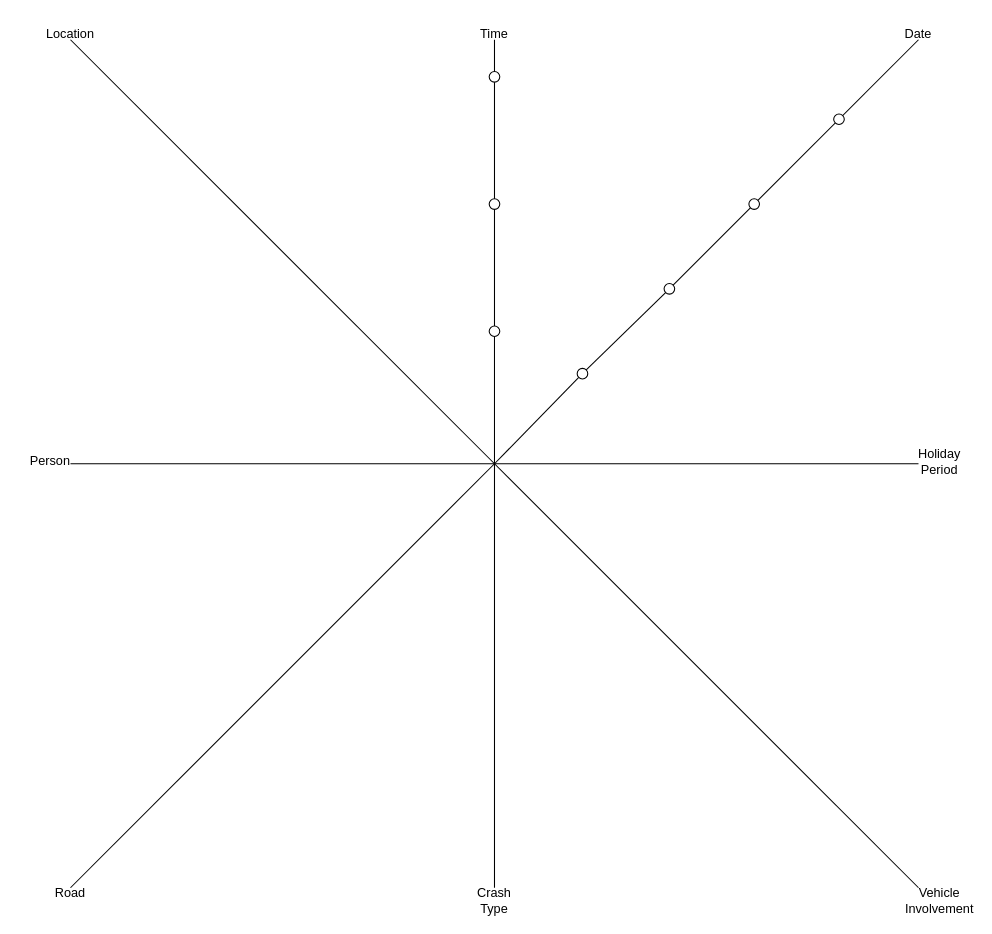
NekoTRSH/Drawing keeps this draw.io diagram as Starnet Diagram 2.drawio. Above is the earlier version. Source tidied: cells renumbered, new cells numbered last; positions are measured from the earlier drawing's top-left corner, leaving out a move shared by most shapes. Both pictures are drawn from the tidied source at 106%, with x=0, y=0 at pixel (18, 18).
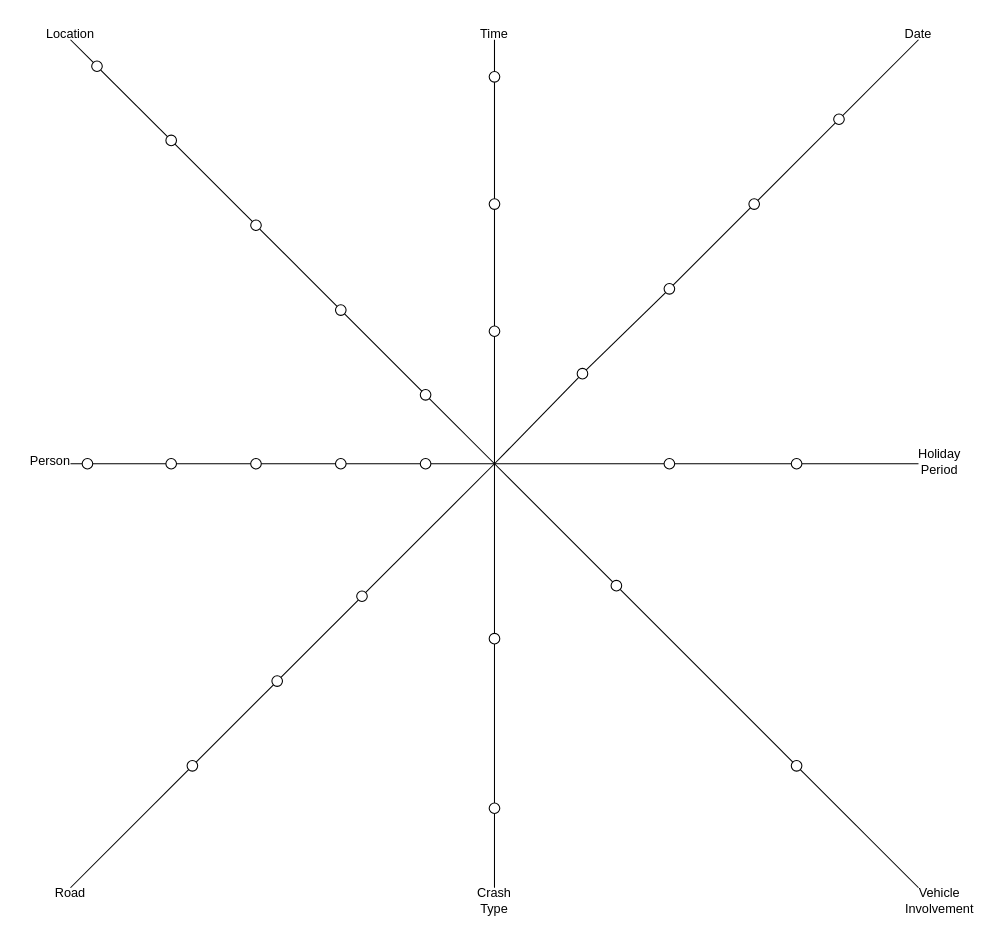
The same page after the edit.

Diff of the diagram source:
```diff
@@
-    <mxCell id="3" style="endArrow=none;html=1;rounded=0;" parent="1" edge="1">
+    <mxCell id="3" style="endArrow=none;html=1;rounded=0;" parent="1" edge="1" source="37">
       <mxGeometry relative="1" as="geometry">
-        <mxPoint x="449" y="820" as="sourcePoint" />
         <mxPoint x="449" y="420" as="targetPoint" />
       </mxGeometry>
     </mxCell>
-    <mxCell id="4" style="endArrow=none;html=1;rounded=0;" parent="1" edge="1">
+    <mxCell id="4" style="endArrow=none;html=1;rounded=0;" parent="1" edge="1" source="29">
       <mxGeometry relative="1" as="geometry">
-        <mxPoint x="849" y="420" as="sourcePoint" />
         <mxPoint x="449" y="420" as="targetPoint" />
       </mxGeometry>
     </mxCell>
@@
-    <mxCell id="6" style="endArrow=none;html=1;rounded=0;" parent="1" edge="1">
+    <mxCell id="6" style="endArrow=none;html=1;rounded=0;" parent="1" edge="1" source="45">
       <mxGeometry relative="1" as="geometry">
-        <mxPoint x="449" y="420" as="sourcePoint" />
         <mxPoint x="49" y="820" as="targetPoint" />
       </mxGeometry>
     </mxCell>
@@
-    <mxCell id="8" style="endArrow=none;html=1;rounded=0;" parent="1" edge="1">
+    <mxCell id="8" style="endArrow=none;html=1;rounded=0;" parent="1" edge="1" source="33">
       <mxGeometry relative="1" as="geometry">
-        <mxPoint x="849" y="820" as="sourcePoint" />
         <mxPoint x="449" y="420" as="targetPoint" />
       </mxGeometry>
     </mxCell>
-    <mxCell id="9" style="endArrow=none;html=1;rounded=0;" parent="1" edge="1">
+    <mxCell id="9" style="endArrow=none;html=1;rounded=0;" parent="1" edge="1" source="56">
       <mxGeometry relative="1" as="geometry">
-        <mxPoint x="449" y="420" as="sourcePoint" />
         <mxPoint x="49" y="20" as="targetPoint" />
       </mxGeometry>
     </mxCell>
@@
+    <mxCell id="28" style="endArrow=none;html=1;rounded=0;" parent="1" edge="1" source="31" target="29">
+      <mxGeometry relative="1" as="geometry" />
+    </mxCell>
+    <mxCell id="29" style="ellipse;whiteSpace=wrap;html=1;" parent="1" vertex="1">
+      <mxGeometry x="609" y="415" width="10" height="10" as="geometry" />
+    </mxCell>
+    <mxCell id="30" style="endArrow=none;html=1;rounded=0;" parent="1" edge="1" target="31">
+      <mxGeometry relative="1" as="geometry">
+        <mxPoint x="849" y="420" as="sourcePoint" />
+      </mxGeometry>
+    </mxCell>
+    <mxCell id="31" style="ellipse;whiteSpace=wrap;html=1;" parent="1" vertex="1">
+      <mxGeometry x="729" y="415" width="10" height="10" as="geometry" />
+    </mxCell>
+    <mxCell id="32" style="endArrow=none;html=1;rounded=0;" parent="1" edge="1" source="35" target="33">
+      <mxGeometry relative="1" as="geometry" />
+    </mxCell>
+    <mxCell id="33" style="ellipse;whiteSpace=wrap;html=1;" parent="1" vertex="1">
+      <mxGeometry x="559" y="530" width="10" height="10" as="geometry" />
+    </mxCell>
+    <mxCell id="34" style="endArrow=none;html=1;rounded=0;" parent="1" edge="1" target="35">
+      <mxGeometry relative="1" as="geometry">
+        <mxPoint x="849" y="820" as="sourcePoint" />
+      </mxGeometry>
+    </mxCell>
+    <mxCell id="35" style="ellipse;whiteSpace=wrap;html=1;" parent="1" vertex="1">
+      <mxGeometry x="729" y="700" width="10" height="10" as="geometry" />
+    </mxCell>
+    <mxCell id="36" style="endArrow=none;html=1;rounded=0;" parent="1" edge="1" source="39" target="37">
+      <mxGeometry relative="1" as="geometry" />
+    </mxCell>
+    <mxCell id="37" style="ellipse;whiteSpace=wrap;html=1;" parent="1" vertex="1">
+      <mxGeometry x="444" y="580" width="10" height="10" as="geometry" />
+    </mxCell>
+    <mxCell id="38" style="endArrow=none;html=1;rounded=0;" parent="1" edge="1" target="39">
+      <mxGeometry relative="1" as="geometry">
+        <mxPoint x="449" y="820" as="sourcePoint" />
+      </mxGeometry>
+    </mxCell>
+    <mxCell id="39" style="ellipse;whiteSpace=wrap;html=1;" parent="1" vertex="1">
+      <mxGeometry x="444" y="740" width="10" height="10" as="geometry" />
+    </mxCell>
+    <mxCell id="40" style="endArrow=none;html=1;rounded=0;" parent="1" edge="1" target="41">
+      <mxGeometry relative="1" as="geometry">
+        <mxPoint x="449" y="420" as="sourcePoint" />
+      </mxGeometry>
+    </mxCell>
+    <mxCell id="41" style="ellipse;whiteSpace=wrap;html=1;" parent="1" vertex="1">
+      <mxGeometry x="319" y="540" width="10" height="10" as="geometry" />
+    </mxCell>
+    <mxCell id="42" style="endArrow=none;html=1;rounded=0;" parent="1" edge="1" source="41" target="43">
+      <mxGeometry relative="1" as="geometry" />
+    </mxCell>
+    <mxCell id="43" style="ellipse;whiteSpace=wrap;html=1;" parent="1" vertex="1">
+      <mxGeometry x="239" y="620" width="10" height="10" as="geometry" />
+    </mxCell>
+    <mxCell id="44" style="endArrow=none;html=1;rounded=0;" parent="1" edge="1" source="43" target="45">
+      <mxGeometry relative="1" as="geometry" />
+    </mxCell>
+    <mxCell id="45" style="ellipse;whiteSpace=wrap;html=1;" parent="1" vertex="1">
+      <mxGeometry x="159" y="700" width="10" height="10" as="geometry" />
+    </mxCell>
+    <mxCell id="46" style="ellipse;whiteSpace=wrap;html=1;" parent="1" vertex="1">
+      <mxGeometry x="379" y="415" width="10" height="10" as="geometry" />
+    </mxCell>
+    <mxCell id="47" style="ellipse;whiteSpace=wrap;html=1;" parent="1" vertex="1">
+      <mxGeometry x="299" y="415" width="10" height="10" as="geometry" />
+    </mxCell>
+    <mxCell id="48" style="ellipse;whiteSpace=wrap;html=1;" parent="1" vertex="1">
+      <mxGeometry x="219" y="415" width="10" height="10" as="geometry" />
+    </mxCell>
+    <mxCell id="49" style="ellipse;whiteSpace=wrap;html=1;" parent="1" vertex="1">
+      <mxGeometry x="139" y="415" width="10" height="10" as="geometry" />
+    </mxCell>
+    <mxCell id="50" style="ellipse;whiteSpace=wrap;html=1;" parent="1" vertex="1">
+      <mxGeometry x="60" y="415" width="10" height="10" as="geometry" />
+    </mxCell>
+    <mxCell id="51" style="endArrow=none;html=1;rounded=0;" parent="1" edge="1" target="52">
+      <mxGeometry relative="1" as="geometry">
+        <mxPoint x="449" y="420" as="sourcePoint" />
+      </mxGeometry>
+    </mxCell>
+    <mxCell id="52" style="ellipse;whiteSpace=wrap;html=1;" parent="1" vertex="1">
+      <mxGeometry x="379" y="350" width="10" height="10" as="geometry" />
+    </mxCell>
+    <mxCell id="53" style="endArrow=none;html=1;rounded=0;" parent="1" edge="1" source="60" target="54">
+      <mxGeometry relative="1" as="geometry" />
+    </mxCell>
+    <mxCell id="54" style="ellipse;whiteSpace=wrap;html=1;" parent="1" vertex="1">
+      <mxGeometry x="219" y="190" width="10" height="10" as="geometry" />
+    </mxCell>
+    <mxCell id="55" style="endArrow=none;html=1;rounded=0;" parent="1" edge="1" source="58" target="56">
+      <mxGeometry relative="1" as="geometry" />
+    </mxCell>
+    <mxCell id="56" style="ellipse;whiteSpace=wrap;html=1;" parent="1" vertex="1">
+      <mxGeometry x="69" y="40" width="10" height="10" as="geometry" />
+    </mxCell>
+    <mxCell id="57" style="endArrow=none;html=1;rounded=0;" parent="1" edge="1" source="54" target="58">
+      <mxGeometry relative="1" as="geometry" />
+    </mxCell>
+    <mxCell id="58" style="ellipse;whiteSpace=wrap;html=1;" parent="1" vertex="1">
+      <mxGeometry x="139" y="110" width="10" height="10" as="geometry" />
+    </mxCell>
+    <mxCell id="59" style="endArrow=none;html=1;rounded=0;" parent="1" edge="1" source="52" target="60">
+      <mxGeometry relative="1" as="geometry" />
+    </mxCell>
+    <mxCell id="60" style="ellipse;whiteSpace=wrap;html=1;" parent="1" vertex="1">
+      <mxGeometry x="299" y="270" width="10" height="10" as="geometry" />
+    </mxCell>
```
